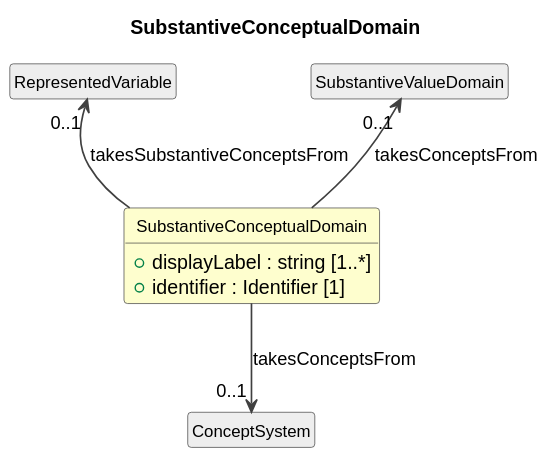
Before: cdif-uml-model/CDIFDataStructure/Classes/SubstantiveConceptualDomain.svg, a diagram exported from PlantUML (Cross-Domain-Interoperability-Framework/metadataBuildingBlocks). The source it was exported from:
```plantuml
@startuml
title SubstantiveConceptualDomain
hide circle
hide empty members
skinparam shadowing false
skinparam ArrowThickness 1.2
skinparam class {
  ArrowColor #404040
  BorderColor #404040
  FontSize 12
}

class "SubstantiveConceptualDomain" as SubstantiveConceptualDomain #FEFECE {
  +displayLabel : string [1..*]
  +identifier : Identifier [1]
}
class "RepresentedVariable" as RepresentedVariable #EEEEEE
RepresentedVariable "0..1" <-- SubstantiveConceptualDomain : takesSubstantiveConceptsFrom
class "SubstantiveValueDomain" as SubstantiveValueDomain #EEEEEE
SubstantiveValueDomain "0..1" <-- SubstantiveConceptualDomain : takesConceptsFrom
class "ConceptSystem" as ConceptSystem #EEEEEE
SubstantiveConceptualDomain --> "0..1" ConceptSystem : takesConceptsFrom
@enduml
```
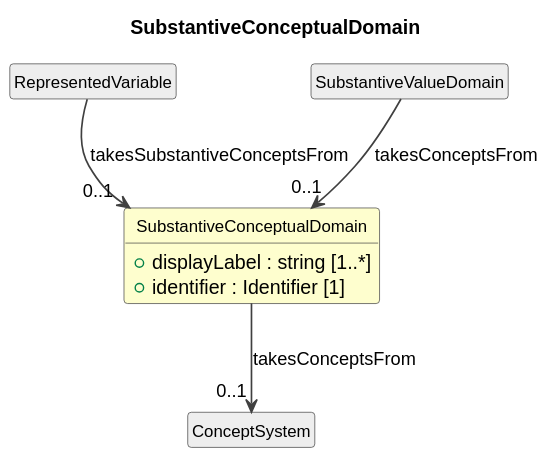
The same file after the commit.

The edit, as a diff of the source:
```diff
@@ -15,9 +15,9 @@
   +identifier : Identifier [1]
 }
 class "RepresentedVariable" as RepresentedVariable #EEEEEE
-RepresentedVariable "0..1" <-- SubstantiveConceptualDomain : takesSubstantiveConceptsFrom
+RepresentedVariable --> "0..1" SubstantiveConceptualDomain : takesSubstantiveConceptsFrom
 class "SubstantiveValueDomain" as SubstantiveValueDomain #EEEEEE
-SubstantiveValueDomain "0..1" <-- SubstantiveConceptualDomain : takesConceptsFrom
+SubstantiveValueDomain --> "0..1" SubstantiveConceptualDomain : takesConceptsFrom
 class "ConceptSystem" as ConceptSystem #EEEEEE
 SubstantiveConceptualDomain --> "0..1" ConceptSystem : takesConceptsFrom
 @enduml
```
